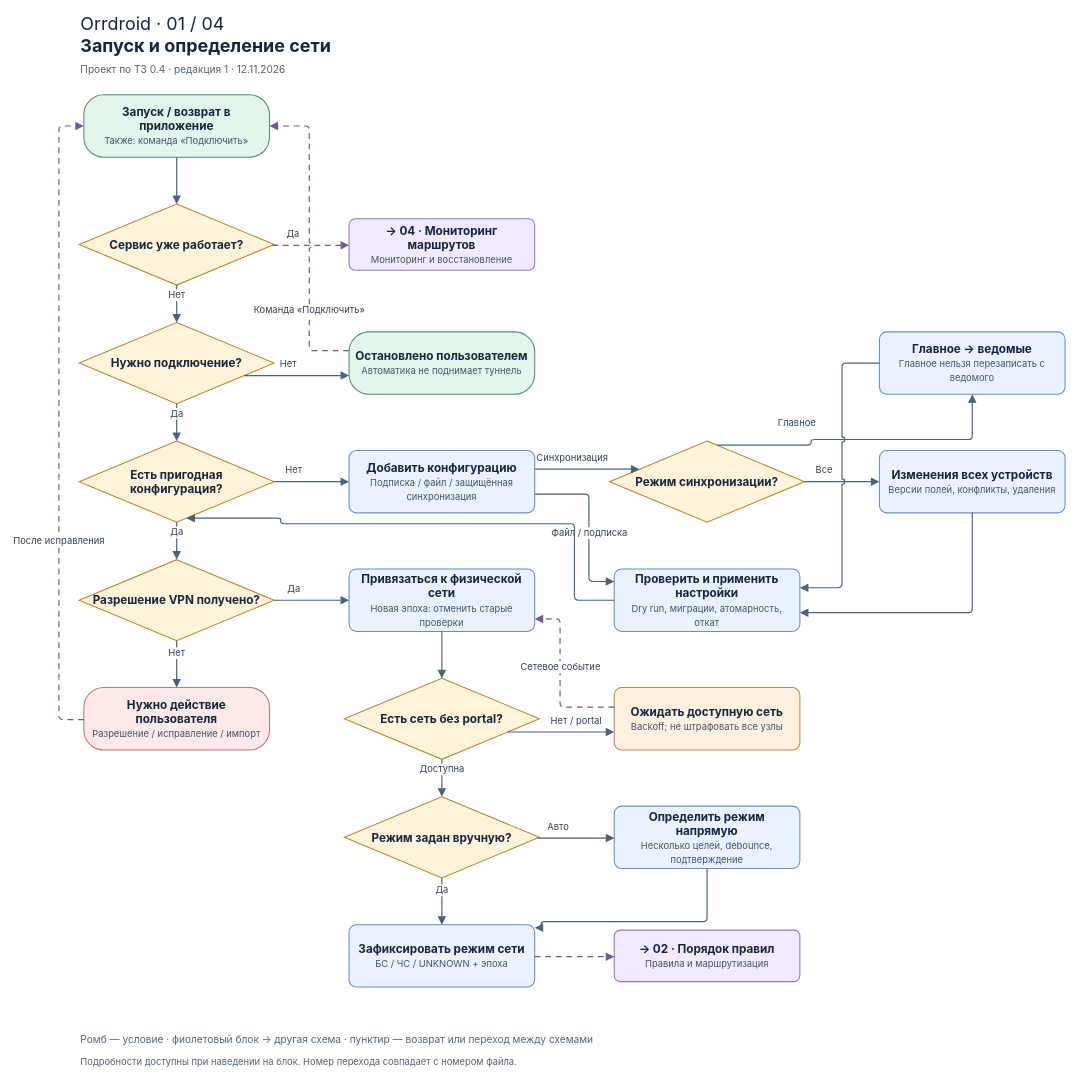
This is docs/orrdroid/diagrams/drawio/Orrdroid-01-startup-network.drawio from orrtyom/orrdroid, a draw.io file, before an edit. Source tidied: cells renumbered, new cells numbered last; positions are measured from the earlier drawing's top-left corner, leaving out a move shared by most shapes. Both pictures are drawn from the tidied source at 78%, with x=0, y=0 at pixel (58, 13).
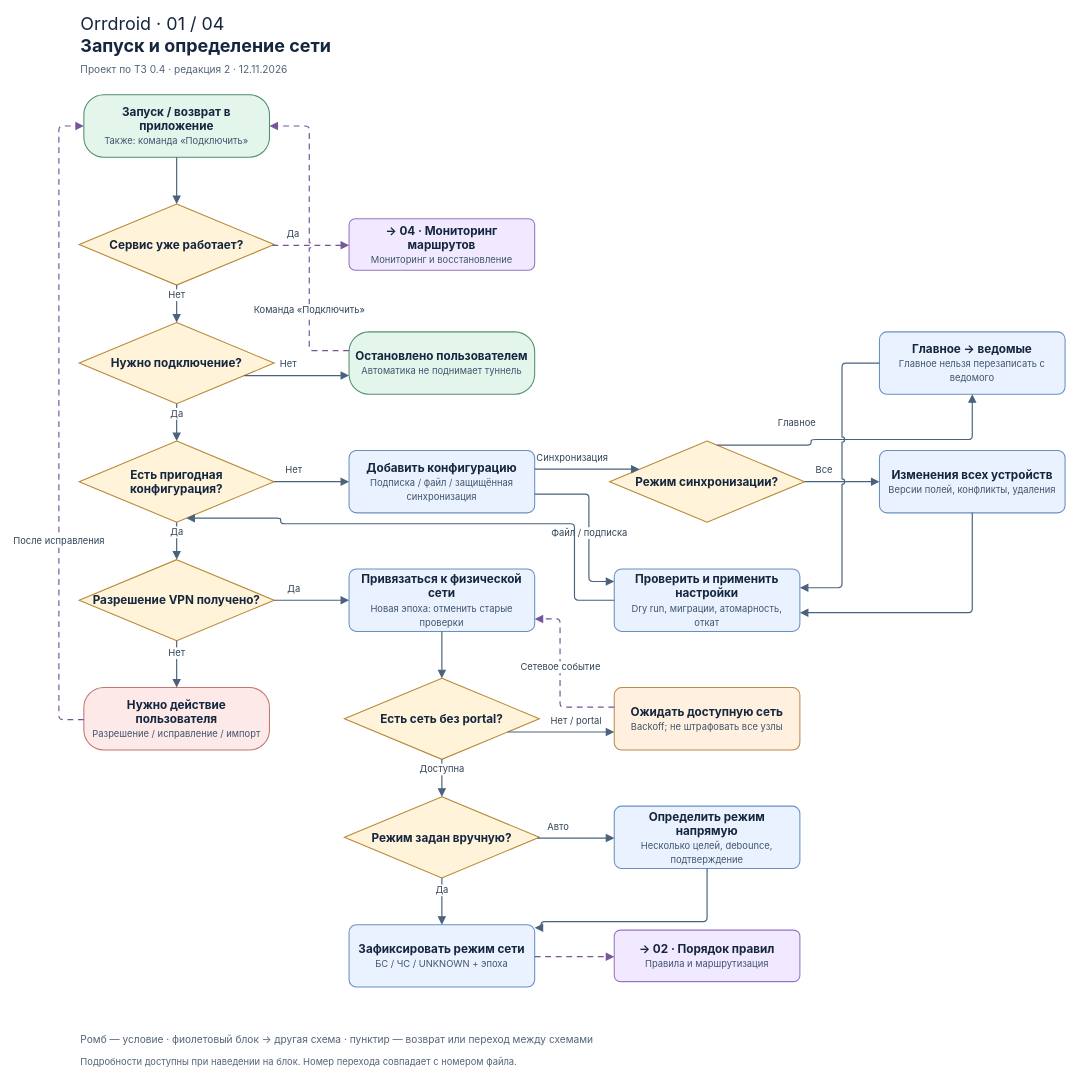
The same diagram, later.

What changed in the source:
```diff
@@
-    <mxCell id="3" value="Проект по ТЗ 0.4 · редакция 1 · 12.11.2026" style="text;html=1;align=left;verticalAlign=middle;whiteSpace=wrap;fontFamily=Inter;fontColor=#15263F;fontSize=13;fontColor=#536479;" parent="1" vertex="1">
+    <mxCell id="3" value="Проект по ТЗ 0.4 · редакция 2 · 12.11.2026" style="text;html=1;align=left;verticalAlign=middle;whiteSpace=wrap;fontFamily=Inter;fontColor=#15263F;fontSize=13;fontColor=#536479;" parent="1" vertex="1">
       <mxGeometry x="26" y="62" width="1270" height="20" as="geometry" />
     </mxCell>
```
